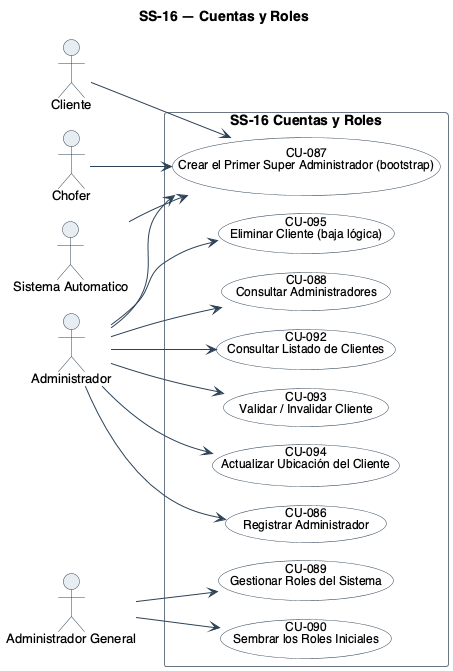
Before: diagramas/uml/CU_SS-16_Administracion-De-Cuentas-Y-Roles.png, a diagram exported from PlantUML (Nahuelito-Dev/splg-docs).
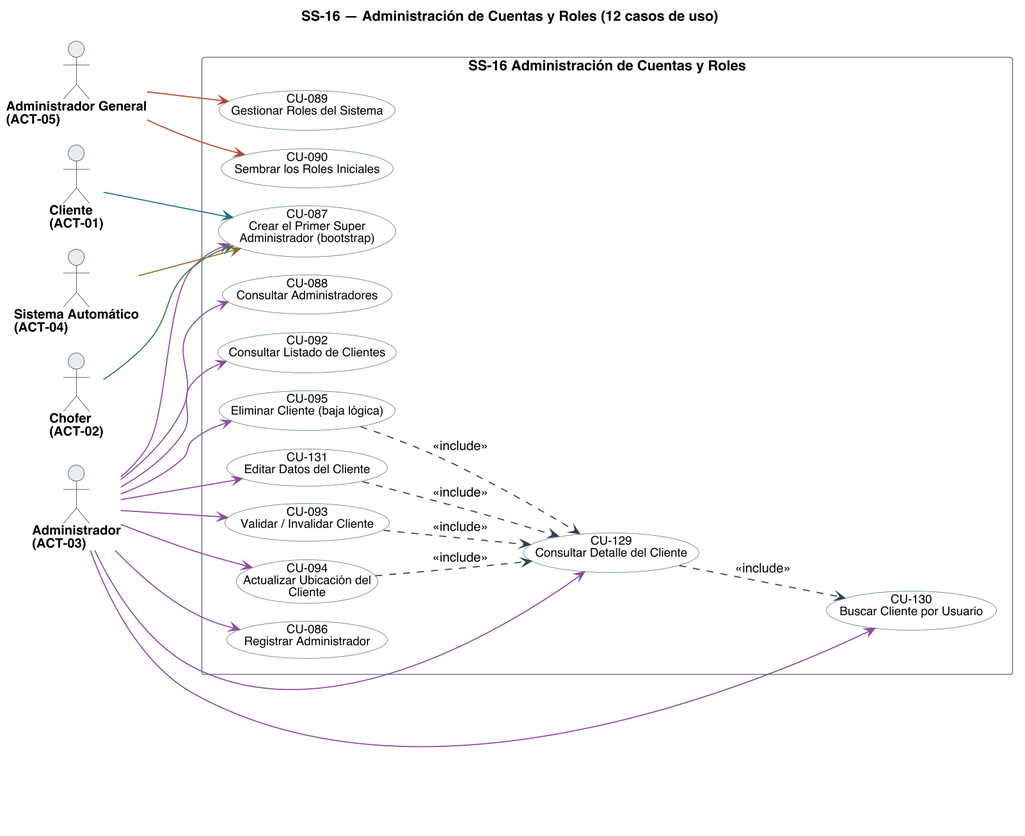
Later version of the same file.

The edit, as a diff of the source:
```diff
@@ -1,22 +1,23 @@
 @startuml
-!pragma layout smetana
-title SS-16 — Cuentas y Roles
+title SS-16 — Administración de Cuentas y Roles (12 casos de uso)
 left to right direction
 skinparam backgroundColor #FFFFFF
 skinparam shadowing false
 skinparam defaultFontName Helvetica
 skinparam defaultFontSize 13
+skinparam dpi 150
 skinparam ArrowColor #2C4257
+skinparam ArrowThickness 1.1
 skinparam actor {
   BorderColor #2C4257
   BackgroundColor #E8EDF2
+  FontSize 13
+  FontStyle bold
 }
 skinparam usecase {
   BorderColor #2C4257
   BackgroundColor #FFFFFF
   FontSize 12
-  BorderColor<<pendiente>> #9C4436
-  BackgroundColor<<pendiente>> #F6E4E1
 }
 skinparam rectangle {
   BorderColor #6B7683
@@ -24,34 +25,54 @@
   FontStyle bold
 }
 
-actor "Cliente" as A1
-actor "Chofer" as A2
-actor "Administrador" as A3
-actor "Sistema Automatico" as A4
-actor "Administrador General" as A5
-
-rectangle "SS-16 Cuentas y Roles" {
-  usecase "CU-086\nRegistrar Administrador" as U86
-  usecase "CU-087\nCrear el Primer Super Administrador (bootstrap)" as U87
-  usecase "CU-088\nConsultar Administradores" as U88
-  usecase "CU-089\nGestionar Roles del Sistema" as U89
-  usecase "CU-090\nSembrar los Roles Iniciales" as U90
-  usecase "CU-092\nConsultar Listado de Clientes" as U92
-  usecase "CU-093\nValidar / Invalidar Cliente" as U93
-  usecase "CU-094\nActualizar Ubicación del Cliente" as U94
-  usecase "CU-095\nEliminar Cliente (baja lógica)" as U95
+skinparam nodesep 18
+skinparam ranksep 70
+skinparam usecase {
+  BorderColor<<pendiente>> #9C4436
+  BackgroundColor<<pendiente>> #F6E4E1
 }
 
-A3 --> U86
-A1 --> U87
-A2 --> U87
-A3 --> U87
-A4 --> U87
-A3 --> U88
-A5 --> U89
-A5 --> U90
-A3 --> U92
-A3 --> U93
-A3 --> U94
-A3 --> U95
+actor "Cliente\n(ACT-01)" as A01
+actor "Chofer\n(ACT-02)" as A02
+actor "Administrador\n(ACT-03)" as A03
+actor "Sistema Automático\n(ACT-04)" as A04
+actor "Administrador General\n(ACT-05)" as A05
+
+rectangle "SS-16 Administración de Cuentas y Roles" {
+  usecase "CU-086\nRegistrar Administrador" as U086 #back:FFFFFF;line:4B7560
+  usecase "CU-087\nCrear el Primer Super\nAdministrador (bootstrap)" as U087 #back:FFFFFF;line:4B7560
+  usecase "CU-088\nConsultar Administradores" as U088 #back:FFFFFF;line:4B7560
+  usecase "CU-089\nGestionar Roles del Sistema" as U089 #back:FFFFFF;line:4B7560
+  usecase "CU-090\nSembrar los Roles Iniciales" as U090 #back:FFFFFF;line:4B7560
+  usecase "CU-092\nConsultar Listado de Clientes" as U092 #back:FFFFFF;line:4B7560
+  usecase "CU-093\nValidar / Invalidar Cliente" as U093 #back:FFFFFF;line:4B7560
+  usecase "CU-094\nActualizar Ubicación del\nCliente" as U094 #back:FFFFFF;line:4B7560
+  usecase "CU-095\nEliminar Cliente (baja lógica)" as U095 #back:FFFFFF;line:4B7560
+  usecase "CU-129\nConsultar Detalle del Cliente" as U129 #back:FFFFFF;line:4B7560
+  usecase "CU-130\nBuscar Cliente por Usuario" as U130 #back:FFFFFF;line:4B7560
+  usecase "CU-131\nEditar Datos del Cliente" as U131 #back:FFFFFF;line:4B7560
+}
+
+A01 -[#1F6F8B]-> U087
+A02 -[#2E7D46]-> U087
+A03 -[#8C4A9E]-> U086
+A03 -[#8C4A9E]-> U087
+A03 -[#8C4A9E]-> U088
+A03 -[#8C4A9E]-> U092
+A03 -[#8C4A9E]-> U093
+A03 -[#8C4A9E]-> U094
+A03 -[#8C4A9E]-> U095
+A03 -[#8C4A9E]-> U129
+A03 -[#8C4A9E]-> U130
+A03 -[#8C4A9E]-> U131
+A04 -[#8A6D1F]-> U087
+A05 -[#B4432B]-> U089
+A05 -[#B4432B]-> U090
+
+U093 ..> U129 : <<include>>
+U094 ..> U129 : <<include>>
+U095 ..> U129 : <<include>>
+U131 ..> U129 : <<include>>
+U129 ..> U130 : <<include>>
+
 @enduml
```
